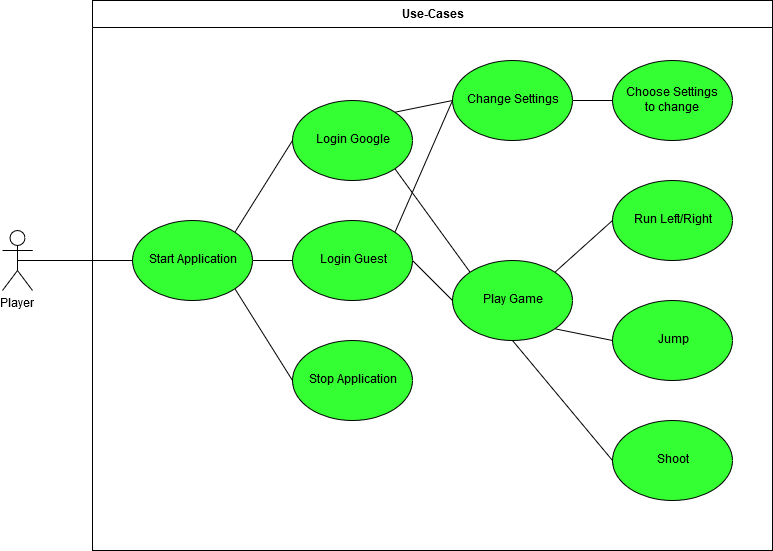
Earlier version of the draw.io export Use-Case_diagram.png (GabrielBalzer/hypercasualgame). Source tidied: cells renumbered, new cells last; positions are measured from the earlier drawing's top-left corner, leaving out a move shared by most shapes.
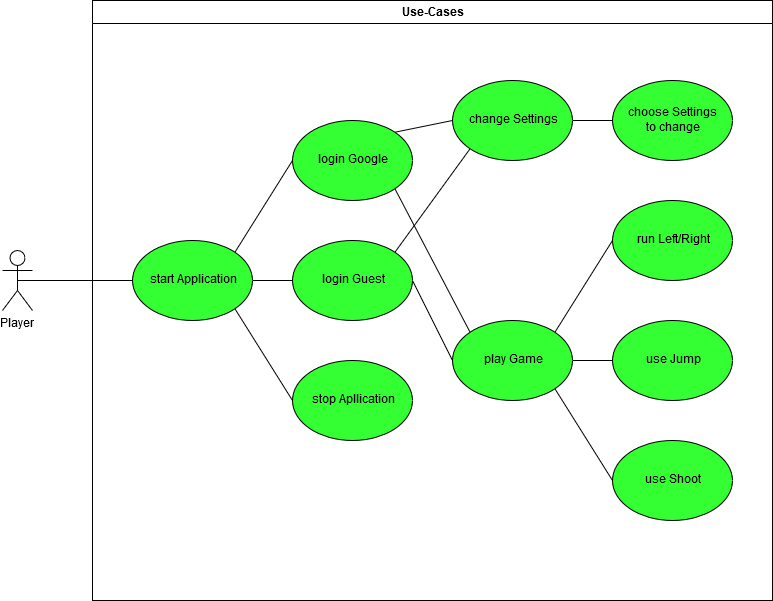
Later version of the same file.

Commit message:
Updated Use Case-diagram

What changed in the source:
```diff
@@ -2,80 +2,77 @@
   <root>
     <mxCell id="0" />
     <mxCell id="1" parent="0" />
-    <mxCell id="2" style="edgeStyle=orthogonalEdgeStyle;rounded=0;jettySize=auto;html=1;entryX=0;entryY=0.5;entryDx=0;entryDy=0;endArrow=none;endFill=0;exitX=0.5;exitY=0.5;exitDx=0;exitDy=0;exitPerimeter=0;" parent="1" edge="1" source="3" target="15">
-      <mxGeometry relative="1" as="geometry" />
-    </mxCell>
+    <mxCell id="27" style="rounded=0;jettySize=auto;html=1;exitX=0.5;exitY=0.5;exitDx=0;exitDy=0;exitPerimeter=0;entryX=0;entryY=0.5;entryDx=0;entryDy=0;endArrow=none;endFill=0;" parent="1" edge="1" source="3" target="30">
+      <mxGeometry relative="1" as="geometry" />
+    </mxCell>
     <mxCell id="3" value="&lt;div&gt;Player&lt;/div&gt;" style="shape=umlActor;verticalLabelPosition=bottom;labelBackgroundColor=#ffffff;verticalAlign=top;html=1;outlineConnect=0;" parent="1" vertex="1">
-      <mxGeometry y="230" width="30" height="60" as="geometry" />
+      <mxGeometry x="120" y="-150" width="30" height="60" as="geometry" />
     </mxCell>
-    <mxCell id="4" value="Use-Cases" style="swimlane;whiteSpace=wrap;startSize=27;" parent="1" vertex="1">
-      <mxGeometry x="90" width="680" height="550" as="geometry" />
+    <mxCell id="4" value="Use-Cases" style="swimlane;whiteSpace=wrap;" parent="1" vertex="1">
+      <mxGeometry x="210" y="-400" width="680" height="600" as="geometry" />
     </mxCell>
-    <mxCell id="5" style="edgeStyle=none;rounded=0;jettySize=auto;html=1;exitX=1;exitY=0;exitDx=0;exitDy=0;entryX=0;entryY=0.5;entryDx=0;entryDy=0;endArrow=none;endFill=0;" parent="4" edge="1" source="7" target="17">
-      <mxGeometry relative="1" as="geometry" />
-    </mxCell>
-    <mxCell id="6" style="edgeStyle=none;rounded=0;jettySize=auto;html=1;exitX=1;exitY=1;exitDx=0;exitDy=0;entryX=0;entryY=0;entryDx=0;entryDy=0;endArrow=none;endFill=0;" parent="4" edge="1" source="7" target="21">
-      <mxGeometry relative="1" as="geometry" />
-    </mxCell>
-    <mxCell id="7" value="Login Google" style="ellipse;whiteSpace=wrap;html=1;fillColor=#33FF33;" parent="4" vertex="1">
-      <mxGeometry x="200" y="100" width="120" height="80" as="geometry" />
-    </mxCell>
-    <mxCell id="8" style="edgeStyle=none;rounded=0;jettySize=auto;html=1;exitX=1;exitY=0;exitDx=0;exitDy=0;entryX=0;entryY=0.5;entryDx=0;entryDy=0;endArrow=none;endFill=0;" parent="4" edge="1" source="10" target="17">
-      <mxGeometry relative="1" as="geometry" />
-    </mxCell>
-    <mxCell id="9" style="edgeStyle=none;rounded=0;jettySize=auto;html=1;exitX=1;exitY=0.5;exitDx=0;exitDy=0;entryX=0;entryY=0.5;entryDx=0;entryDy=0;endArrow=none;endFill=0;" parent="4" edge="1" source="10" target="21">
-      <mxGeometry relative="1" as="geometry" />
-    </mxCell>
-    <mxCell id="10" value="Login Guest" style="ellipse;whiteSpace=wrap;html=1;fillColor=#33FF33;" parent="4" vertex="1">
-      <mxGeometry x="200" y="220" width="120" height="80" as="geometry" />
-    </mxCell>
-    <mxCell id="11" value="Stop Application" style="ellipse;whiteSpace=wrap;html=1;fillColor=#33FF33;" parent="4" vertex="1">
-      <mxGeometry x="200" y="340" width="120" height="80" as="geometry" />
-    </mxCell>
-    <mxCell id="12" style="rounded=0;jettySize=auto;html=1;exitX=1;exitY=0;exitDx=0;exitDy=0;entryX=0;entryY=0.5;entryDx=0;entryDy=0;endArrow=none;endFill=0;" parent="4" edge="1" source="15" target="7">
-      <mxGeometry relative="1" as="geometry" />
-    </mxCell>
-    <mxCell id="13" style="edgeStyle=none;rounded=0;jettySize=auto;html=1;exitX=1;exitY=1;exitDx=0;exitDy=0;entryX=0;entryY=0.5;entryDx=0;entryDy=0;endArrow=none;endFill=0;" parent="4" edge="1" source="15" target="11">
-      <mxGeometry relative="1" as="geometry" />
-    </mxCell>
-    <mxCell id="14" style="edgeStyle=none;rounded=0;jettySize=auto;html=1;exitX=1;exitY=0.5;exitDx=0;exitDy=0;endArrow=none;endFill=0;" parent="4" edge="1" source="15" target="10">
-      <mxGeometry relative="1" as="geometry" />
-    </mxCell>
-    <mxCell id="15" value="Start Application" style="ellipse;whiteSpace=wrap;html=1;fillColor=#33FF33;" parent="4" vertex="1">
-      <mxGeometry x="40" y="220" width="120" height="80" as="geometry" />
-    </mxCell>
-    <mxCell id="16" style="edgeStyle=none;rounded=0;jettySize=auto;html=1;exitX=1;exitY=0.5;exitDx=0;exitDy=0;entryX=0;entryY=0.5;entryDx=0;entryDy=0;endArrow=none;endFill=0;" parent="4" edge="1" source="17" target="25">
-      <mxGeometry relative="1" as="geometry" />
-    </mxCell>
-    <mxCell id="17" value="Change Settings" style="ellipse;whiteSpace=wrap;html=1;fillColor=#33FF33;" parent="4" vertex="1">
-      <mxGeometry x="360" y="60" width="120" height="80" as="geometry" />
-    </mxCell>
-    <mxCell id="18" style="edgeStyle=none;rounded=0;jettySize=auto;html=1;exitX=1;exitY=0;exitDx=0;exitDy=0;entryX=0;entryY=0.5;entryDx=0;entryDy=0;endArrow=none;endFill=0;" parent="4" edge="1" source="21" target="22">
-      <mxGeometry relative="1" as="geometry" />
-    </mxCell>
-    <mxCell id="19" style="edgeStyle=none;rounded=0;jettySize=auto;html=1;exitX=1;exitY=1;exitDx=0;exitDy=0;entryX=0;entryY=0.5;entryDx=0;entryDy=0;endArrow=none;endFill=0;" parent="4" edge="1" source="21" target="23">
-      <mxGeometry relative="1" as="geometry" />
-    </mxCell>
-    <mxCell id="20" style="edgeStyle=none;rounded=0;jettySize=auto;html=1;exitX=0.5;exitY=1;exitDx=0;exitDy=0;entryX=0;entryY=0.5;entryDx=0;entryDy=0;endArrow=none;endFill=0;" parent="4" edge="1" source="21" target="24">
-      <mxGeometry relative="1" as="geometry" />
-    </mxCell>
-    <mxCell id="21" value="Play Game" style="ellipse;whiteSpace=wrap;html=1;fillColor=#33FF33;" parent="4" vertex="1">
-      <mxGeometry x="360" y="260" width="120" height="80" as="geometry" />
-    </mxCell>
-    <mxCell id="22" value="Run Left/Right" style="ellipse;whiteSpace=wrap;html=1;fillColor=#33FF33;" parent="4" vertex="1">
-      <mxGeometry x="520" y="180" width="120" height="80" as="geometry" />
-    </mxCell>
-    <mxCell id="23" value="Jump" style="ellipse;whiteSpace=wrap;html=1;fillColor=#33FF33;" parent="4" vertex="1">
-      <mxGeometry x="520" y="300" width="120" height="80" as="geometry" />
-    </mxCell>
-    <mxCell id="24" value="Shoot" style="ellipse;whiteSpace=wrap;html=1;fillColor=#33FF33;" parent="4" vertex="1">
-      <mxGeometry x="520" y="420" width="120" height="80" as="geometry" />
-    </mxCell>
-    <mxCell id="25" value="Choose Settings&lt;br&gt;to change" style="ellipse;whiteSpace=wrap;html=1;fillColor=#33FF33;" parent="4" vertex="1">
-      <mxGeometry x="520" y="60" width="120" height="80" as="geometry" />
-    </mxCell>
-    <mxCell id="26" style="edgeStyle=orthogonalEdgeStyle;rounded=0;orthogonalLoop=1;jettySize=auto;html=1;exitX=1;exitY=0.3333333333333333;exitDx=0;exitDy=0;exitPerimeter=0;entryX=0.5;entryY=0.5;entryDx=0;entryDy=0;entryPerimeter=0;endArrow=none;endFill=0;" parent="1" edge="1" source="3" target="3">
-      <mxGeometry relative="1" as="geometry" />
-    </mxCell>
+    <mxCell id="28" style="edgeStyle=none;rounded=0;jettySize=auto;html=1;exitX=1;exitY=0.5;exitDx=0;exitDy=0;endArrow=none;endFill=0;" parent="4" edge="1" source="30" target="37">
+      <mxGeometry relative="1" as="geometry" />
+    </mxCell>
+    <mxCell id="29" style="edgeStyle=none;rounded=0;jettySize=auto;html=1;exitX=1;exitY=1;exitDx=0;exitDy=0;entryX=0;entryY=0.5;entryDx=0;entryDy=0;endArrow=none;endFill=0;" parent="4" edge="1" source="30" target="38">
+      <mxGeometry relative="1" as="geometry" />
+    </mxCell>
+    <mxCell id="30" value="start Application" style="ellipse;whiteSpace=wrap;html=1;fillColor=#33FF33;" parent="4" vertex="1">
+      <mxGeometry x="40" y="240" width="120" height="80" as="geometry" />
+    </mxCell>
+    <mxCell id="31" style="edgeStyle=none;rounded=0;jettySize=auto;html=1;exitX=0;exitY=0.5;exitDx=0;exitDy=0;entryX=1;entryY=0;entryDx=0;entryDy=0;endArrow=none;endFill=0;" parent="4" edge="1" source="34" target="30">
+      <mxGeometry relative="1" as="geometry" />
+    </mxCell>
+    <mxCell id="32" style="edgeStyle=none;rounded=0;jettySize=auto;html=1;exitX=1;exitY=0;exitDx=0;exitDy=0;entryX=0;entryY=0.5;entryDx=0;entryDy=0;endArrow=none;endFill=0;" parent="4" edge="1" source="34" target="40">
+      <mxGeometry relative="1" as="geometry" />
+    </mxCell>
+    <mxCell id="33" style="edgeStyle=none;rounded=0;jettySize=auto;html=1;exitX=1;exitY=1;exitDx=0;exitDy=0;entryX=0;entryY=0;entryDx=0;entryDy=0;endArrow=none;endFill=0;" parent="4" edge="1" source="34" target="44">
+      <mxGeometry relative="1" as="geometry" />
+    </mxCell>
+    <mxCell id="34" value="login Google" style="ellipse;whiteSpace=wrap;html=1;fillColor=#33FF33;" parent="4" vertex="1">
+      <mxGeometry x="200" y="120" width="120" height="80" as="geometry" />
+    </mxCell>
+    <mxCell id="35" style="edgeStyle=none;rounded=0;jettySize=auto;html=1;exitX=1;exitY=0.5;exitDx=0;exitDy=0;entryX=0;entryY=0.5;entryDx=0;entryDy=0;endArrow=none;endFill=0;" parent="4" edge="1" source="37" target="44">
+      <mxGeometry relative="1" as="geometry" />
+    </mxCell>
+    <mxCell id="36" style="edgeStyle=none;rounded=0;jettySize=auto;html=1;exitX=1;exitY=0;exitDx=0;exitDy=0;entryX=0;entryY=1;entryDx=0;entryDy=0;endArrow=none;endFill=0;" parent="4" edge="1" source="37" target="40">
+      <mxGeometry relative="1" as="geometry" />
+    </mxCell>
+    <mxCell id="37" value="login Guest" style="ellipse;whiteSpace=wrap;html=1;fillColor=#33FF33;" parent="4" vertex="1">
+      <mxGeometry x="200" y="240" width="120" height="80" as="geometry" />
+    </mxCell>
+    <mxCell id="38" value="stop Apllication" style="ellipse;whiteSpace=wrap;html=1;fillColor=#33FF33;" parent="4" vertex="1">
+      <mxGeometry x="200" y="360" width="120" height="80" as="geometry" />
+    </mxCell>
+    <mxCell id="39" style="edgeStyle=none;rounded=0;jettySize=auto;html=1;exitX=1;exitY=0.5;exitDx=0;exitDy=0;entryX=0;entryY=0.5;entryDx=0;entryDy=0;endArrow=none;endFill=0;" parent="4" edge="1" source="40" target="45">
+      <mxGeometry relative="1" as="geometry" />
+    </mxCell>
+    <mxCell id="40" value="change Settings" style="ellipse;whiteSpace=wrap;html=1;fillColor=#33FF33;" parent="4" vertex="1">
+      <mxGeometry x="360" y="80" width="120" height="80" as="geometry" />
+    </mxCell>
+    <mxCell id="41" style="edgeStyle=none;rounded=0;jettySize=auto;html=1;exitX=1;exitY=0;exitDx=0;exitDy=0;entryX=0;entryY=0.5;entryDx=0;entryDy=0;endArrow=none;endFill=0;" parent="4" edge="1" source="44" target="46">
+      <mxGeometry relative="1" as="geometry" />
+    </mxCell>
+    <mxCell id="42" style="edgeStyle=none;rounded=0;jettySize=auto;html=1;exitX=1;exitY=0.5;exitDx=0;exitDy=0;entryX=0;entryY=0.5;entryDx=0;entryDy=0;endArrow=none;endFill=0;" parent="4" edge="1" source="44" target="47">
+      <mxGeometry relative="1" as="geometry" />
+    </mxCell>
+    <mxCell id="43" style="edgeStyle=none;rounded=0;jettySize=auto;html=1;exitX=1;exitY=1;exitDx=0;exitDy=0;entryX=0;entryY=0.5;entryDx=0;entryDy=0;endArrow=none;endFill=0;" parent="4" edge="1" source="44" target="48">
+      <mxGeometry relative="1" as="geometry" />
+    </mxCell>
+    <mxCell id="44" value="play Game" style="ellipse;whiteSpace=wrap;html=1;fillColor=#33FF33;" parent="4" vertex="1">
+      <mxGeometry x="360" y="320" width="120" height="80" as="geometry" />
+    </mxCell>
+    <mxCell id="45" value="choose Settings&lt;br&gt;to change" style="ellipse;whiteSpace=wrap;html=1;fillColor=#33FF33;" parent="4" vertex="1">
+      <mxGeometry x="520" y="80" width="120" height="80" as="geometry" />
+    </mxCell>
+    <mxCell id="46" value="run Left/Right" style="ellipse;whiteSpace=wrap;html=1;fillColor=#33FF33;" parent="4" vertex="1">
+      <mxGeometry x="520" y="200" width="120" height="80" as="geometry" />
+    </mxCell>
+    <mxCell id="47" value="use Jump" style="ellipse;whiteSpace=wrap;html=1;fillColor=#33FF33;" parent="4" vertex="1">
+      <mxGeometry x="520" y="320" width="120" height="80" as="geometry" />
+    </mxCell>
+    <mxCell id="48" value="use Shoot" style="ellipse;whiteSpace=wrap;html=1;fillColor=#33FF33;" parent="4" vertex="1">
+      <mxGeometry x="520" y="440" width="120" height="80" as="geometry" />
+    </mxCell>
   </root>
 </mxGraphModel>
```
